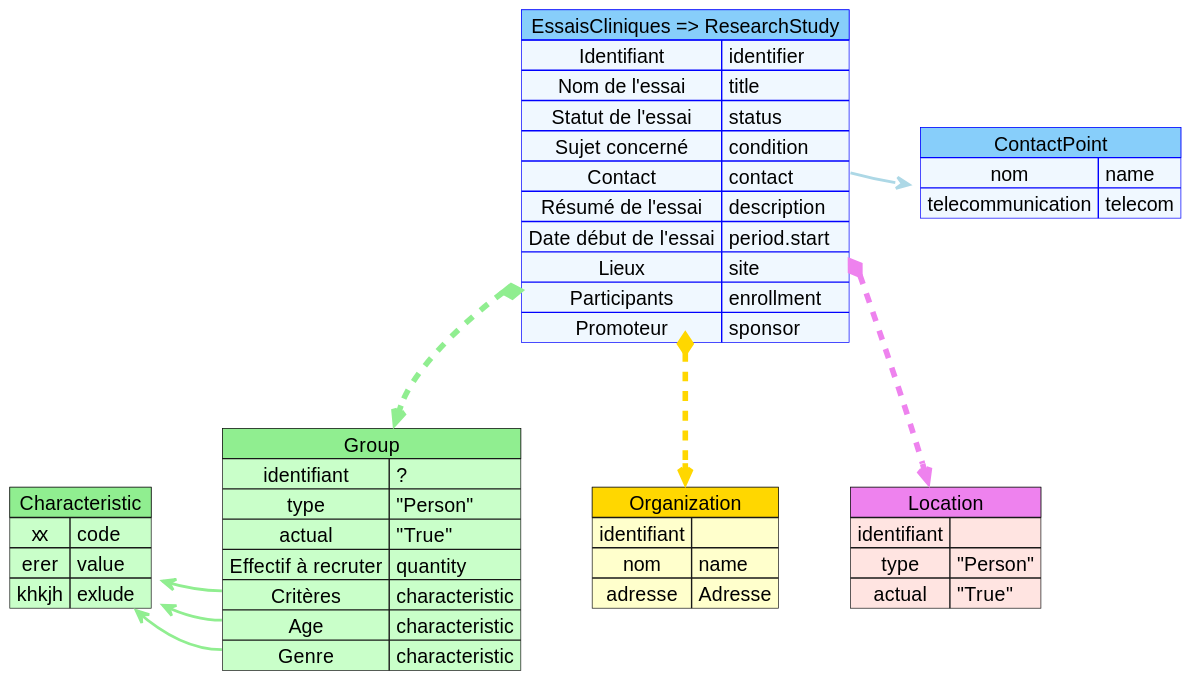
This is input/images/mappingResearchStudy.svg from ansforge/essais-cliniques, a PlantUML export, as it was before one commit. The source it was exported from:
```plantuml
@startuml mappingResearchStudy


map "ContactPoint" as contact #back:AliceBlue;header:LightSkyBlue;line:blue {
    nom => name
    telecommunication => telecom
}

map "Group" as Group #back:TECHNOLOGY;header:LightGreen {
    identifiant => ?
    type => "Person"
    actual => "True"
    Effectif à recruter => quantity
    Critères => characteristic
    Age => characteristic
    Genre => characteristic
}

map "Characteristic" as characteristic #back:TECHNOLOGY;header:LightGreen {
    xx => code
    erer => value
    khkjh => exlude
}

map "Organization" as Organization #back:BUSINESS;header:Gold {
    identifiant =>
    nom => name
    adresse => Adresse

}

map "Location" as Location #back:MistyRose;header:Violet {
    identifiant =>
    type => "Person"
    actual => "True"
}

map "EssaisCliniques => ResearchStudy" as RS #back:AliceBlue;header:LightSkyBlue;line:blue {
    Identifiant => identifier
    Nom de l'essai => title
    Statut de l'essai => status
    Sujet concerné => condition
    Contact => contact
    Résumé de l'essai => description
    Date début de l'essai => period.start
    Lieux => site
    Participants => enrollment
    Promoteur => sponsor
}


RS::Lieux *-[#Violet,dashed,thickness=4]-> Location
RS::Participants *-[#LightGreen,dashed,thickness=4]-> Group
RS::Promoteur *-[#Gold,dashed,thickness=4]-> Organization
RS::Contact -[#lightBlue,thickness=2]> contact

Group::Critères -left[#LightGreen,thickness=2]> characteristic
Group::Age -left[#LightGreen,thickness=2]> characteristic
Group::Genre -left[#LightGreen,thickness=2]> characteristic

@enduml
```
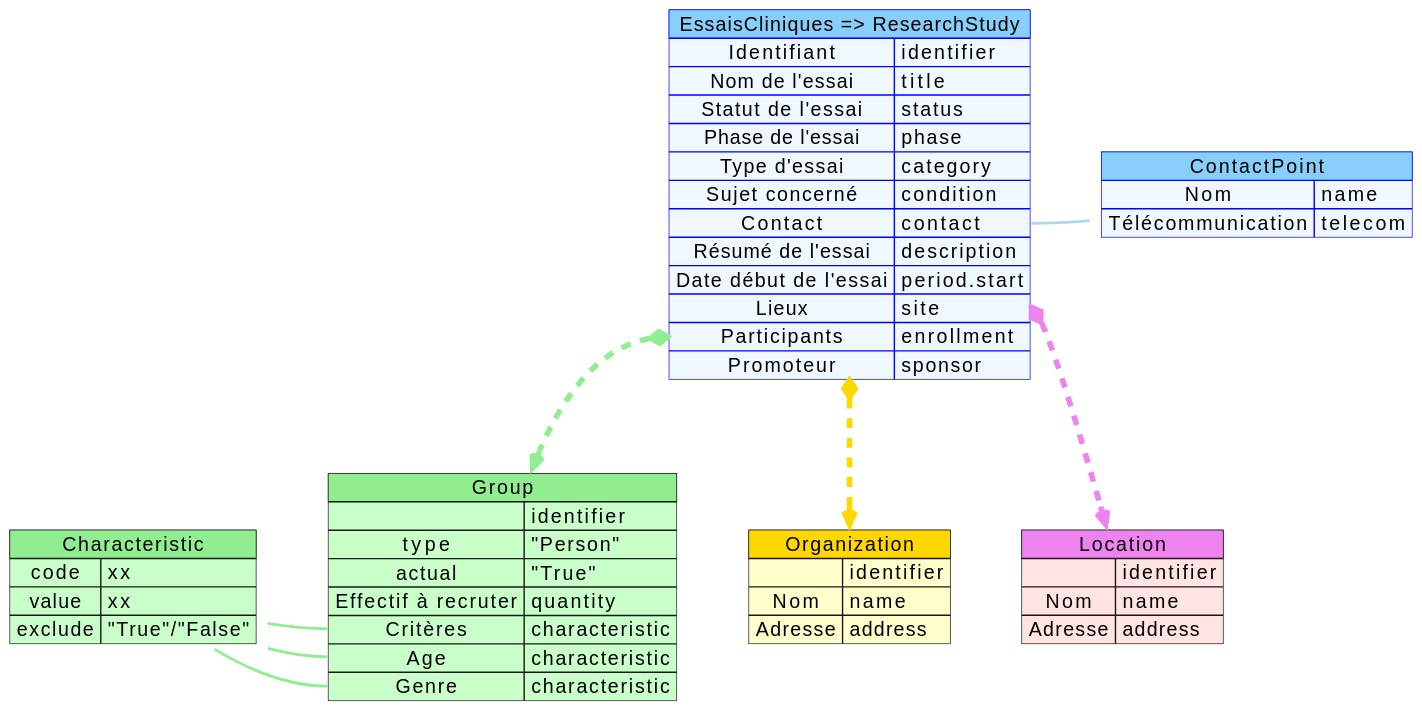
Above is the later version.

Commit message:
Mise à jour mapping

What changed in the source:
```diff
@@ -1,13 +1,11 @@
-@startuml mappingResearchStudy
-
-
-map "ContactPoint" as contact #back:AliceBlue;header:LightSkyBlue;line:blue {
-    nom => name
-    telecommunication => telecom
+@startuml
+map "ContactPoint" as Contact #back:AliceBlue;header:LightSkyBlue;line:blue {
+    Nom => name
+    Télécommunication => telecom
 }
 
 map "Group" as Group #back:TECHNOLOGY;header:LightGreen {
-    identifiant => ?
+     => identifier
     type => "Person"
     actual => "True"
     Effectif à recruter => quantity
@@ -16,29 +14,31 @@
     Genre => characteristic
 }
 
-map "Characteristic" as characteristic #back:TECHNOLOGY;header:LightGreen {
-    xx => code
-    erer => value
-    khkjh => exlude
+map "Characteristic" as Characteristic #back:TECHNOLOGY;header:LightGreen {
+    code => xx
+    value => xx
+    exclude => "True"/"False"
 }
 
 map "Organization" as Organization #back:BUSINESS;header:Gold {
-    identifiant =>
-    nom => name
-    adresse => Adresse
+     => identifier
+    Nom => name
+    Adresse => address
 
 }
 
 map "Location" as Location #back:MistyRose;header:Violet {
-    identifiant =>
-    type => "Person"
-    actual => "True"
+     => identifier
+    Nom => name
+    Adresse => address
 }
 
 map "EssaisCliniques => ResearchStudy" as RS #back:AliceBlue;header:LightSkyBlue;line:blue {
     Identifiant => identifier
     Nom de l'essai => title
     Statut de l'essai => status
+    Phase de l'essai => phase
+    Type d'essai => category
     Sujet concerné => condition
     Contact => contact
     Résumé de l'essai => description
@@ -52,10 +52,9 @@
 RS::Lieux *-[#Violet,dashed,thickness=4]-> Location
 RS::Participants *-[#LightGreen,dashed,thickness=4]-> Group
 RS::Promoteur *-[#Gold,dashed,thickness=4]-> Organization
-RS::Contact -[#lightBlue,thickness=2]> contact
+RS::Contact -[#lightBlue,thickness=2] Contact
 
-Group::Critères -left[#LightGreen,thickness=2]> characteristic
-Group::Age -left[#LightGreen,thickness=2]> characteristic
-Group::Genre -left[#LightGreen,thickness=2]> characteristic
-
+Group::Critères -left[#LightGreen,thickness=2]> Characteristic
+Group::Age -left[#LightGreen,thickness=2]> Characteristic
+Group::Genre -[#LightGreen,thickness=2]> Characteristic
 @enduml
```
